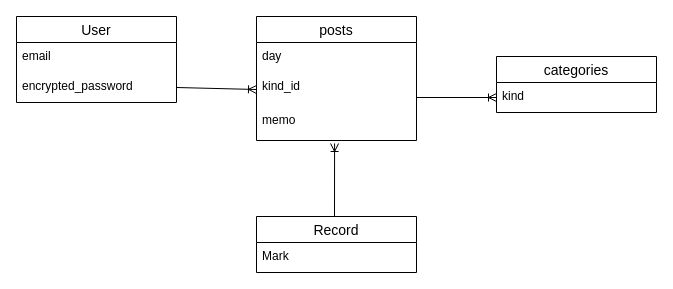
This is databese_design.dio from chiharu05/sleep_diary, a draw.io file, before an edit. Source tidied: cells renumbered, new cells numbered last; positions are measured from the earlier drawing's top-left corner, leaving out a move shared by most shapes. Both pictures are drawn from the tidied source at 100%, with x=0, y=0 at pixel (16, 16).
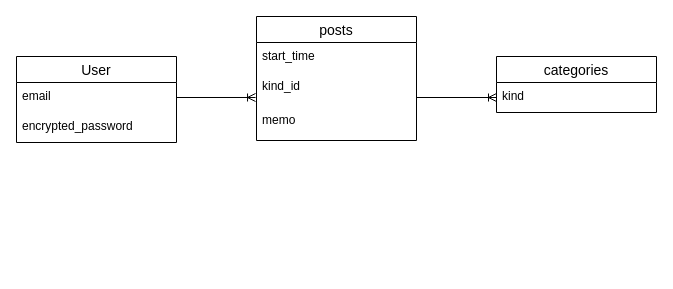
Above is the later version.

What changed in the source:
```diff
@@
 <mxGraphModel>
   <root>
     <mxCell id="0" />
     <mxCell id="1" parent="0" />
     <mxCell id="2" value="categories" style="swimlane;fontStyle=0;horizontal=1;startSize=26;align=center;fontSize=14;" parent="1" vertex="1">
       <mxGeometry x="480" y="40" width="160" height="56" as="geometry" />
     </mxCell>
     <mxCell id="3" value="kind" style="text;strokeColor=none;fillColor=none;spacingLeft=4;spacingRight=4;overflow=hidden;fontSize=12;" parent="2" vertex="1">
       <mxGeometry y="26" width="160" height="30" as="geometry" />
     </mxCell>
     <mxCell id="4" value="posts" style="swimlane;fontStyle=0;horizontal=1;startSize=26;align=center;fontSize=14;" parent="1" vertex="1">
       <mxGeometry x="240" width="160" height="124" as="geometry" />
     </mxCell>
-    <mxCell id="5" value="day" style="text;strokeColor=none;fillColor=none;spacingLeft=4;spacingRight=4;overflow=hidden;fontSize=12;" parent="4" vertex="1">
+    <mxCell id="5" value="start_time" style="text;strokeColor=none;fillColor=none;spacingLeft=4;spacingRight=4;overflow=hidden;fontSize=12;" parent="4" vertex="1">
       <mxGeometry y="26" width="160" height="30" as="geometry" />
     </mxCell>
     <mxCell id="6" value="kind_id" style="text;strokeColor=none;fillColor=none;spacingLeft=4;spacingRight=4;overflow=hidden;points=[[0,0.5],[1,0.5]];portConstraint=eastwest;fontSize=12;" parent="4" vertex="1">
       <mxGeometry y="56" width="160" height="34" as="geometry" />
     </mxCell>
     <mxCell id="7" value="memo" style="text;strokeColor=none;fillColor=none;spacingLeft=4;spacingRight=4;overflow=hidden;points=[[0,0.5],[1,0.5]];portConstraint=eastwest;fontSize=12;" parent="4" vertex="1">
       <mxGeometry y="90" width="160" height="34" as="geometry" />
     </mxCell>
-    <mxCell id="8" style="fontSize=12;html=1;endArrow=ERoneToMany;exitX=1;exitY=0.5;exitDx=0;exitDy=0;" parent="1" edge="1" source="11">
-      <mxGeometry relative="1" as="geometry">
-        <mxPoint x="240" y="73" as="targetPoint" />
-      </mxGeometry>
+    <mxCell id="8" style="fontSize=12;html=1;endArrow=ERoneToMany;exitX=1;exitY=0.5;exitDx=0;exitDy=0;entryX=-0.006;entryY=0.735;entryDx=0;entryDy=0;entryPerimeter=0;" parent="1" edge="1" source="10" target="6">
+      <mxGeometry relative="1" as="geometry" />
     </mxCell>
     <mxCell id="9" value="User" style="swimlane;fontStyle=0;horizontal=1;startSize=26;align=center;fontSize=14;" parent="1" vertex="1">
-      <mxGeometry width="160" height="86" as="geometry" />
+      <mxGeometry y="40" width="160" height="86" as="geometry" />
     </mxCell>
     <mxCell id="10" value="email" style="text;strokeColor=none;fillColor=none;spacingLeft=4;spacingRight=4;overflow=hidden;points=[[0,0.5],[1,0.5]];portConstraint=eastwest;fontSize=12;" parent="9" vertex="1">
       <mxGeometry y="26" width="160" height="30" as="geometry" />
     </mxCell>
     <mxCell id="11" value="encrypted_password" style="text;strokeColor=none;fillColor=none;spacingLeft=4;spacingRight=4;overflow=hidden;points=[[0,0.5],[1,0.5]];portConstraint=eastwest;fontSize=12;" parent="9" vertex="1">
       <mxGeometry y="56" width="160" height="30" as="geometry" />
     </mxCell>
     <mxCell id="12" style="fontSize=12;html=1;endArrow=ERoneToMany;" parent="1" edge="1">
       <mxGeometry relative="1" as="geometry">
         <mxPoint x="400" y="81" as="sourcePoint" />
         <mxPoint x="480" y="81" as="targetPoint" />
       </mxGeometry>
     </mxCell>
-    <mxCell id="13" value="Record" style="swimlane;fontStyle=0;horizontal=1;startSize=26;align=center;fontSize=14;" parent="1" vertex="1">
-      <mxGeometry x="240" y="200" width="160" height="56" as="geometry" />
-    </mxCell>
-    <mxCell id="14" value="Mark" style="text;strokeColor=none;fillColor=none;spacingLeft=4;spacingRight=4;overflow=hidden;fontSize=12;" parent="13" vertex="1">
-      <mxGeometry y="26" width="160" height="30" as="geometry" />
-    </mxCell>
-    <mxCell id="15" style="fontSize=12;html=1;endArrow=ERoneToMany;entryX=0.488;entryY=1.088;entryDx=0;entryDy=0;entryPerimeter=0;" parent="1" edge="1" target="7">
-      <mxGeometry relative="1" as="geometry">
-        <mxPoint x="318" y="200" as="sourcePoint" />
-      </mxGeometry>
-    </mxCell>
   </root>
 </mxGraphModel>
```
